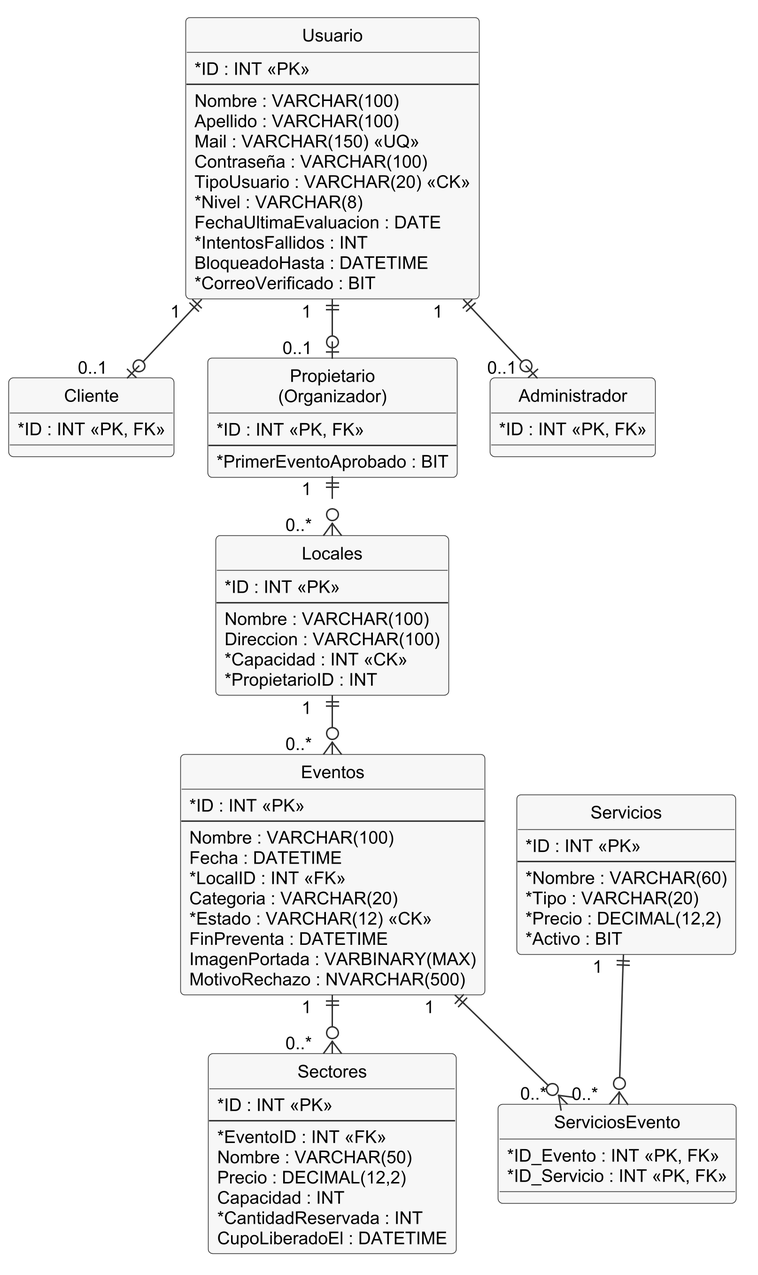
Before: docs/diagramas/er-1-usuarios-catalogo.png, a diagram exported from PlantUML (MaximoAmbro/TrabajoDeDiploma).
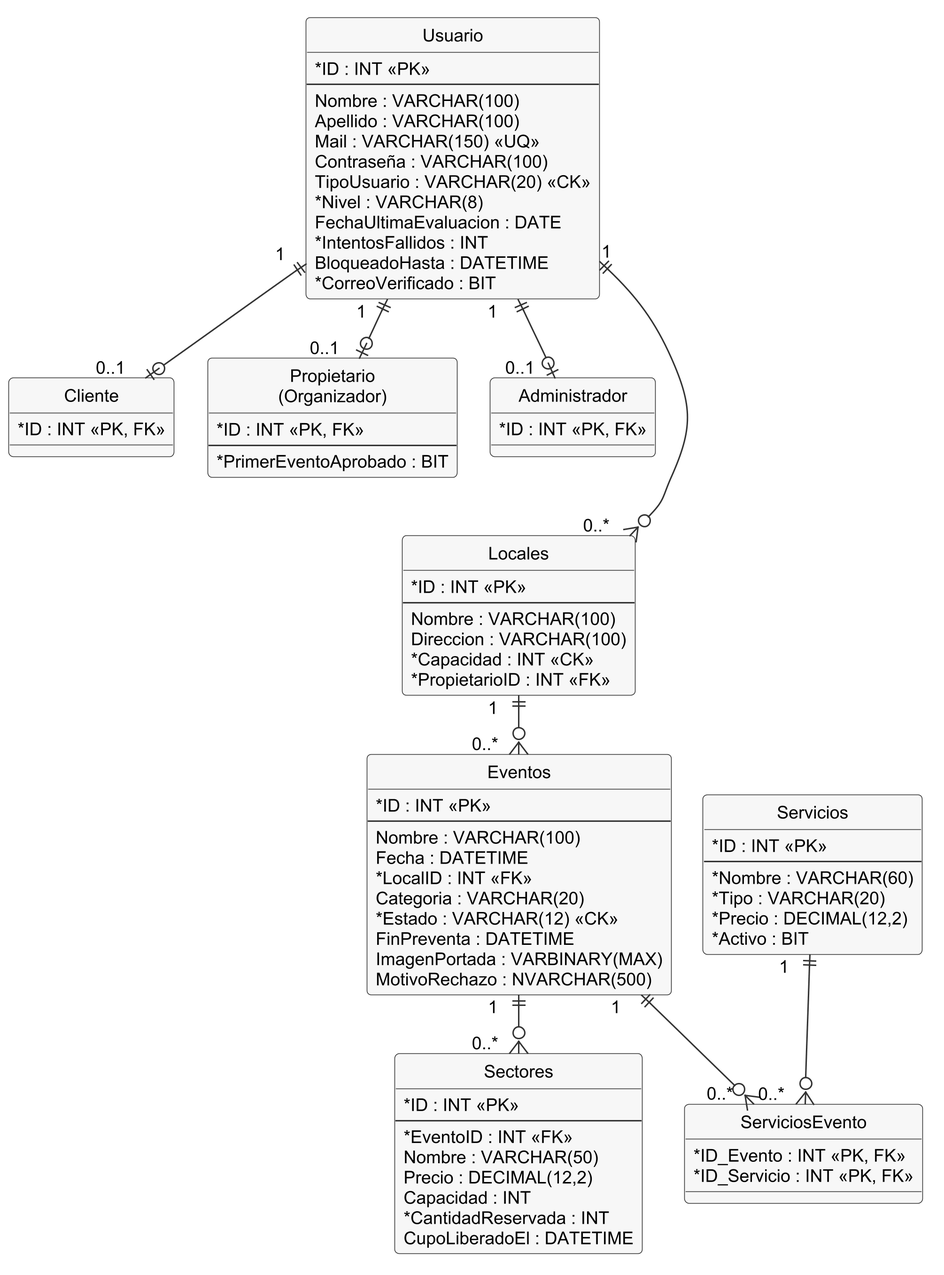
After the change.

Diff of the diagram source:
```diff
@@ -35,7 +35,7 @@
   Nombre : VARCHAR(100)
   Direccion : VARCHAR(100)
   * Capacidad : INT <<CK>>
-  * PropietarioID : INT
+  * PropietarioID : INT <<FK>>
 }
 entity Eventos {
   * ID : INT <<PK>>
@@ -75,7 +75,8 @@
 Usuario "1$_" ||--o| "0..1$_" Cliente
 Usuario "1$_" ||--o| "0..1$_" Propietario
 Usuario "1$_" ||--o| "0..1$_" Administrador
-Propietario "1$_" ||..o{ "0..*$_" Locales
+Usuario "1$_" ||---o{ "0..*$_" Locales
+Propietario -[hidden]- Locales
 Locales "1$_" ||--o{ "0..*$_" Eventos
 Eventos "1$_" ||--o{ "0..*$_" Sectores
 Eventos "1$_" ||--o{ "0..*$_" ServiciosEvento
```
